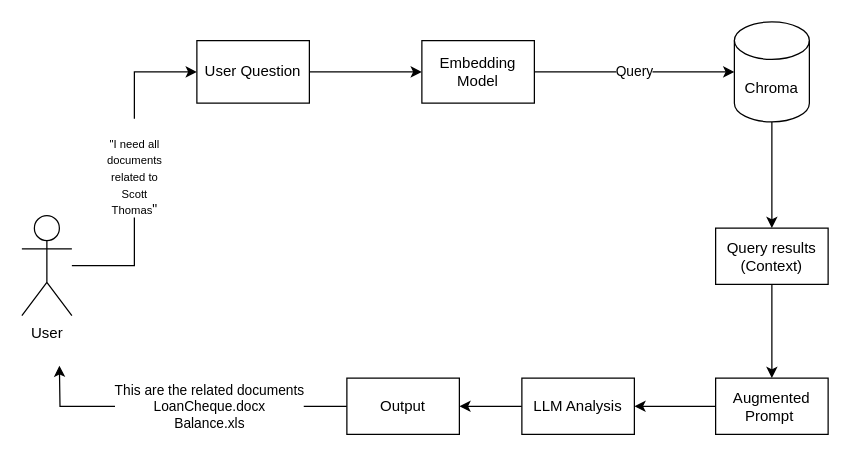
The draw.io diagram Embedded_Documents.drawio in JuanPabloTututiKsquare/mentoring1, before the edit. Source tidied: cells renumbered, new cells numbered last; positions are measured from the earlier drawing's top-left corner, leaving out a move shared by most shapes. Both pictures are drawn from the tidied source at 125%, with x=0, y=0 at pixel (21, 21).
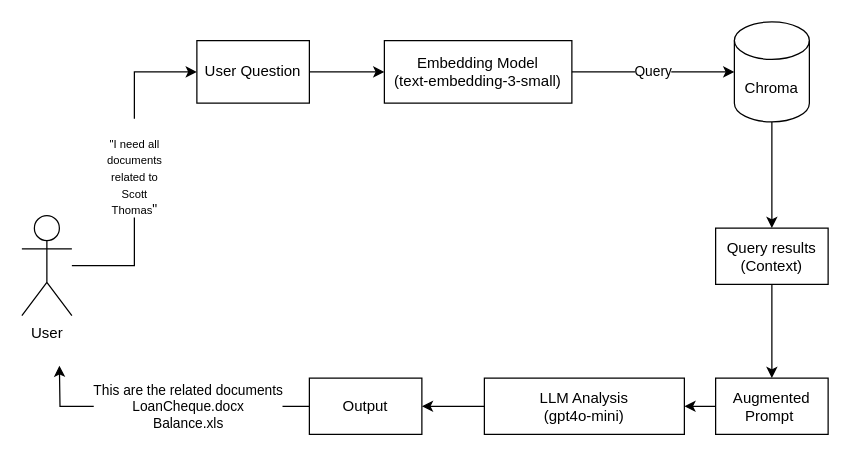
After the change.

The edit, as a diff of the source:
```diff
@@
 <mxGraphModel>
   <root>
     <mxCell id="0" />
     <mxCell id="1" parent="0" />
     <mxCell id="2" value="User" style="shape=umlActor;verticalLabelPosition=bottom;verticalAlign=top;html=1;outlineConnect=0;" parent="1" vertex="1">
       <mxGeometry y="155" width="40" height="80" as="geometry" />
     </mxCell>
     <mxCell id="3" value="&lt;br&gt;&lt;span style=&quot;font-family: Helvetica; font-size: 9px; font-style: normal; font-variant-ligatures: normal; font-variant-caps: normal; font-weight: 400; letter-spacing: normal; orphans: 2; text-align: center; text-indent: 0px; text-transform: none; widows: 2; word-spacing: 0px; -webkit-text-stroke-width: 0px; white-space: normal; text-decoration-thickness: initial; text-decoration-style: initial; text-decoration-color: initial; float: none; display: inline !important;&quot;&gt;&quot;I need all documents related to Scott Thomas&lt;/span&gt;&quot;" style="edgeStyle=orthogonalEdgeStyle;rounded=0;jettySize=auto;html=1;entryX=0;entryY=0.5;entryDx=0;entryDy=0;labelBackgroundColor=default;fontColor=default;" parent="1" edge="1" source="2" target="5">
       <mxGeometry relative="1" as="geometry" />
     </mxCell>
     <mxCell id="4" style="edgeStyle=orthogonalEdgeStyle;rounded=0;jettySize=auto;html=1;entryX=0;entryY=0.5;entryDx=0;entryDy=0;" parent="1" edge="1" source="5" target="6">
       <mxGeometry relative="1" as="geometry" />
     </mxCell>
     <mxCell id="5" value="User Question" style="rounded=0;whiteSpace=wrap;html=1;" parent="1" vertex="1">
       <mxGeometry x="140" y="15" width="90" height="50" as="geometry" />
     </mxCell>
-    <mxCell id="6" value="Embedding Model" style="rounded=0;whiteSpace=wrap;html=1;" parent="1" vertex="1">
-      <mxGeometry x="320" y="15" width="90" height="50" as="geometry" />
+    <mxCell id="6" value="Embedding Model&lt;div&gt;(text-embedding-3-small)&lt;/div&gt;" style="rounded=0;whiteSpace=wrap;html=1;" parent="1" vertex="1">
+      <mxGeometry x="290" y="15" width="150" height="50" as="geometry" />
     </mxCell>
     <mxCell id="7" style="edgeStyle=orthogonalEdgeStyle;rounded=0;jettySize=auto;html=1;" parent="1" edge="1" source="8" target="11">
       <mxGeometry relative="1" as="geometry" />
     </mxCell>
     <mxCell id="8" value="Chroma" style="shape=cylinder3;whiteSpace=wrap;html=1;boundedLbl=1;backgroundOutline=1;size=15;" parent="1" vertex="1">
       <mxGeometry x="570" width="60" height="80" as="geometry" />
     </mxCell>
     <mxCell id="9" value="Query" style="edgeStyle=orthogonalEdgeStyle;rounded=0;jettySize=auto;html=1;entryX=0;entryY=0.5;entryDx=0;entryDy=0;entryPerimeter=0;" parent="1" edge="1" source="6" target="8">
       <mxGeometry relative="1" as="geometry" />
     </mxCell>
     <mxCell id="10" style="edgeStyle=orthogonalEdgeStyle;rounded=0;jettySize=auto;html=1;" parent="1" edge="1" source="11" target="13">
       <mxGeometry relative="1" as="geometry" />
     </mxCell>
     <mxCell id="11" value="Query results&lt;br&gt;(Context)" style="whiteSpace=wrap;html=1;" parent="1" vertex="1">
       <mxGeometry x="555" y="165" width="90" height="45" as="geometry" />
     </mxCell>
     <mxCell id="12" style="edgeStyle=orthogonalEdgeStyle;rounded=0;jettySize=auto;html=1;" parent="1" edge="1" source="13" target="15">
       <mxGeometry relative="1" as="geometry" />
     </mxCell>
     <mxCell id="13" value="Augmented&lt;br&gt;Prompt&amp;nbsp;" style="whiteSpace=wrap;html=1;" parent="1" vertex="1">
       <mxGeometry x="555" y="285" width="90" height="45" as="geometry" />
     </mxCell>
     <mxCell id="14" style="edgeStyle=orthogonalEdgeStyle;rounded=0;jettySize=auto;html=1;" parent="1" edge="1" source="15" target="17">
       <mxGeometry relative="1" as="geometry" />
     </mxCell>
-    <mxCell id="15" value="LLM Analysis" style="whiteSpace=wrap;html=1;" parent="1" vertex="1">
-      <mxGeometry x="400" y="285" width="90" height="45" as="geometry" />
+    <mxCell id="15" value="LLM Analysis&lt;br&gt;(gpt4o-mini)" style="whiteSpace=wrap;html=1;" parent="1" vertex="1">
+      <mxGeometry x="370" y="285" width="160" height="45" as="geometry" />
     </mxCell>
     <mxCell id="16" value="This are the related documents&lt;br&gt;LoanCheque.docx&lt;br&gt;Balance.xls" style="edgeStyle=orthogonalEdgeStyle;rounded=0;jettySize=auto;html=1;" parent="1" edge="1" source="17">
       <mxGeometry x="-0.16" relative="1" as="geometry">
         <mxPoint x="30" y="275" as="targetPoint" />
       </mxGeometry>
     </mxCell>
     <mxCell id="17" value="Output" style="whiteSpace=wrap;html=1;" parent="1" vertex="1">
-      <mxGeometry x="260" y="285" width="90" height="45" as="geometry" />
+      <mxGeometry x="230" y="285" width="90" height="45" as="geometry" />
     </mxCell>
   </root>
 </mxGraphModel>
```
